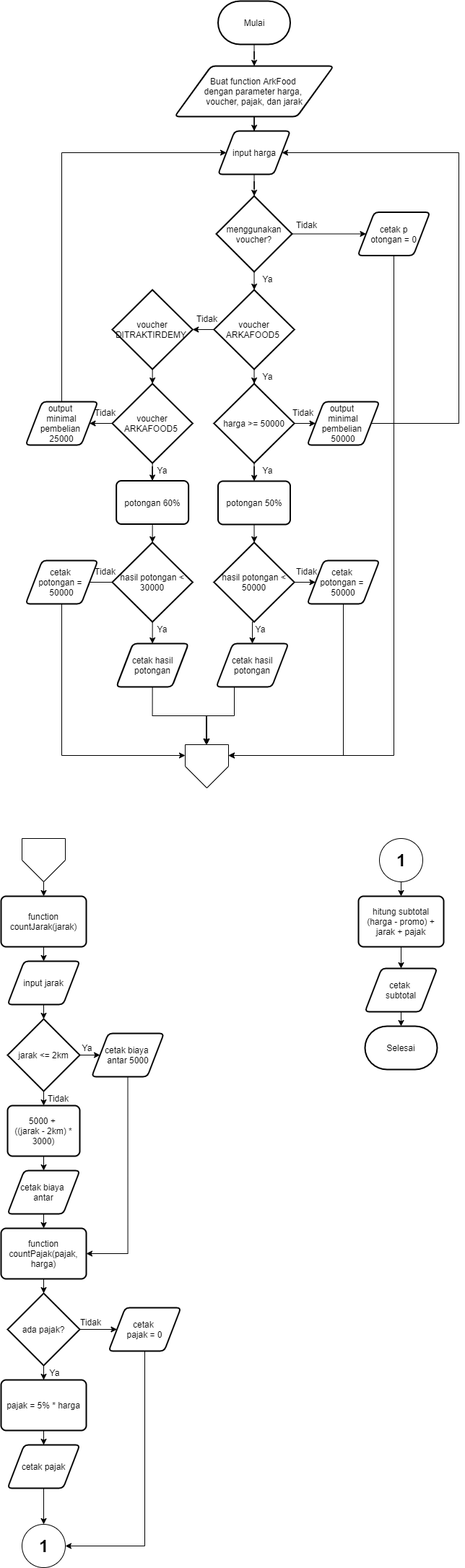
The draw.io diagram Week 2/2.3/Algorithm + Flowchart/flowchart-arkfood.png in dheaaqn/IntroductionJS, before a commit. Source tidied: cells renumbered, new cells last; positions are measured from the earlier drawing's top-left corner, leaving out a move shared by most shapes.
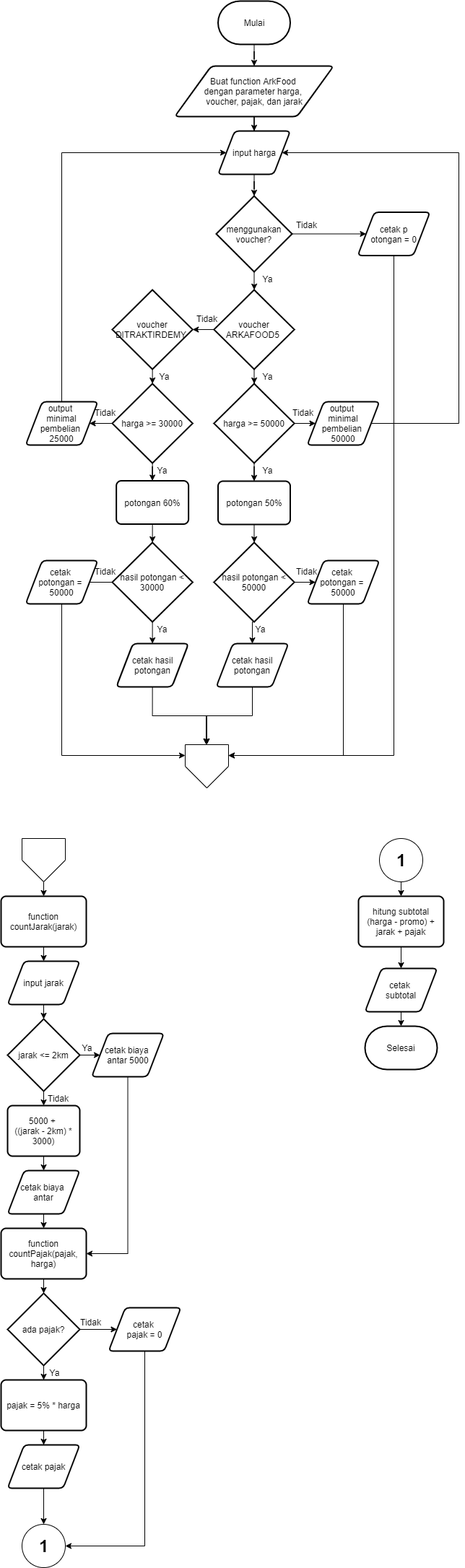
Later version of the same file.

Change to the diagram source:
```diff
@@ -77,6 +77,11 @@
     <mxCell id="26" style="edgeStyle=orthogonalEdgeStyle;rounded=0;jettySize=auto;html=1;exitX=0.25;exitY=1;exitDx=0;exitDy=0;" parent="1" edge="1" source="27">
       <mxGeometry relative="1" as="geometry">
         <mxPoint x="284" y="1030" as="targetPoint" />
+        <Array as="points">
+          <mxPoint x="348" y="950" />
+          <mxPoint x="348" y="990" />
+          <mxPoint x="284" y="990" />
+        </Array>
       </mxGeometry>
     </mxCell>
     <mxCell id="27" value="cetak hasil potongan" style="shape=parallelogram;html=1;strokeWidth=2;perimeter=parallelogramPerimeter;whiteSpace=wrap;rounded=1;arcSize=12;size=0.23;" parent="1" vertex="1">
@@ -100,7 +105,7 @@
     <mxCell id="33" style="edgeStyle=orthogonalEdgeStyle;rounded=0;jettySize=auto;html=1;exitX=0.5;exitY=1;exitDx=0;exitDy=0;exitPerimeter=0;" parent="1" edge="1" source="34" target="40">
       <mxGeometry relative="1" as="geometry" />
     </mxCell>
-    <mxCell id="34" value="voucher ARKAFOOD5&amp;nbsp;" style="strokeWidth=2;html=1;shape=mxgraph.flowchart.decision;whiteSpace=wrap;" parent="1" vertex="1">
+    <mxCell id="34" value="harga &amp;gt;= 30000" style="strokeWidth=2;html=1;shape=mxgraph.flowchart.decision;whiteSpace=wrap;" parent="1" vertex="1">
       <mxGeometry x="154" y="530" width="111.2" height="110" as="geometry" />
     </mxCell>
     <mxCell id="35" style="edgeStyle=orthogonalEdgeStyle;rounded=0;jettySize=auto;html=1;exitX=1;exitY=0.5;exitDx=0;exitDy=0;entryX=1;entryY=0.5;entryDx=0;entryDy=0;" parent="1" edge="1" source="36" target="57">
@@ -304,5 +309,8 @@
     <mxCell id="98" value="Selesai" style="strokeWidth=2;html=1;shape=mxgraph.flowchart.terminator;whiteSpace=wrap;" parent="1" vertex="1">
       <mxGeometry x="504" y="1420" width="100" height="60" as="geometry" />
     </mxCell>
+    <mxCell id="99" value="Ya" style="text;html=1;align=center;verticalAlign=middle;fillColor=none;strokeColor=none;rounded=0;" parent="1" vertex="1">
+      <mxGeometry x="210.5" y="510" width="30" height="20" as="geometry" />
+    </mxCell>
   </root>
 </mxGraphModel>
```
